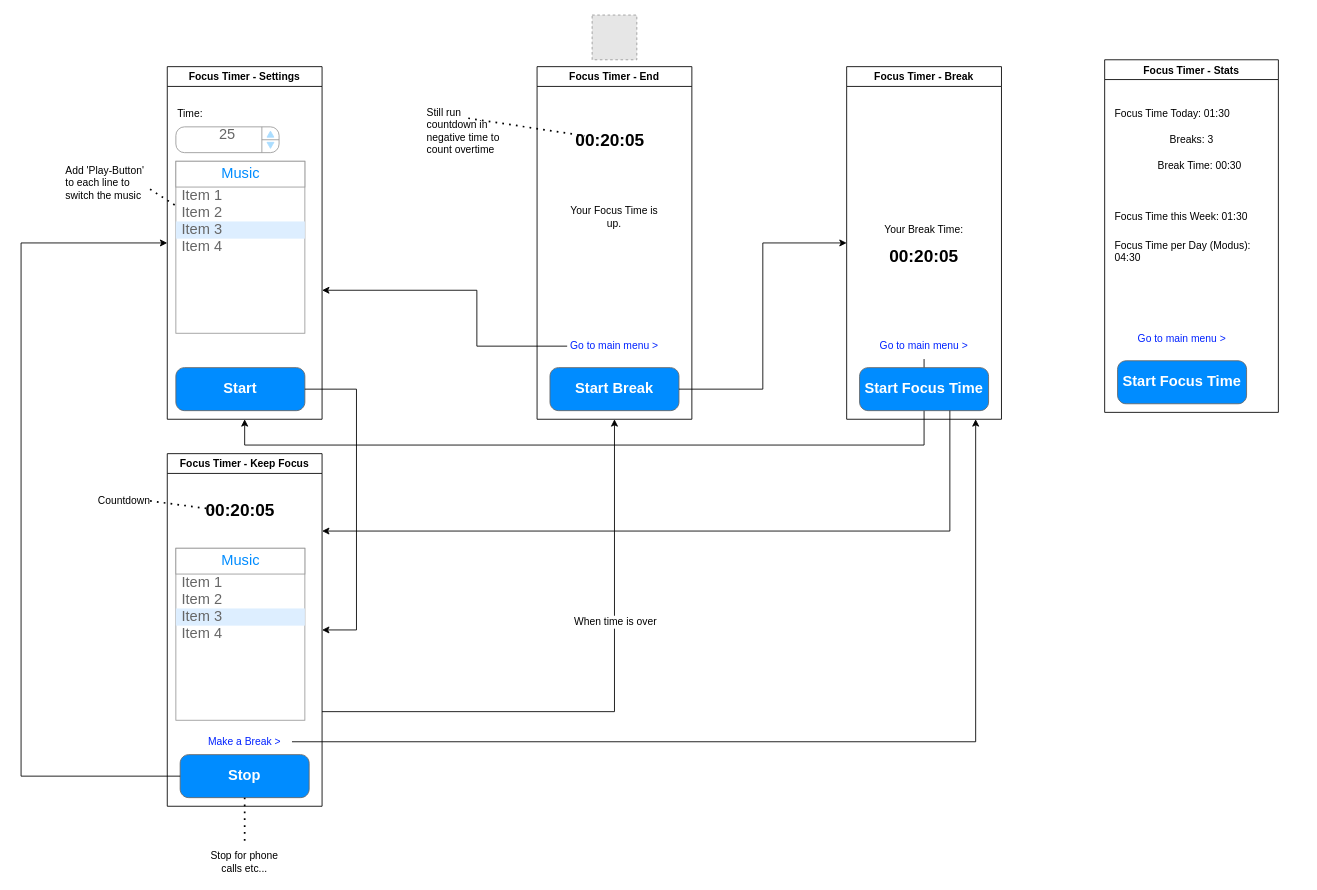
Earlier version of the draw.io diagram Documentation/mock.drawio (doesch/FocusTimer). Source tidied: cells renumbered, new cells numbered last; positions are measured from the earlier drawing's top-left corner, leaving out a move shared by most shapes. Both pictures are drawn from the tidied source at 86%, with x=0, y=0 at pixel (21, 15). Pictures stored in the file or linked from it are replaced by grey dashed boxes.
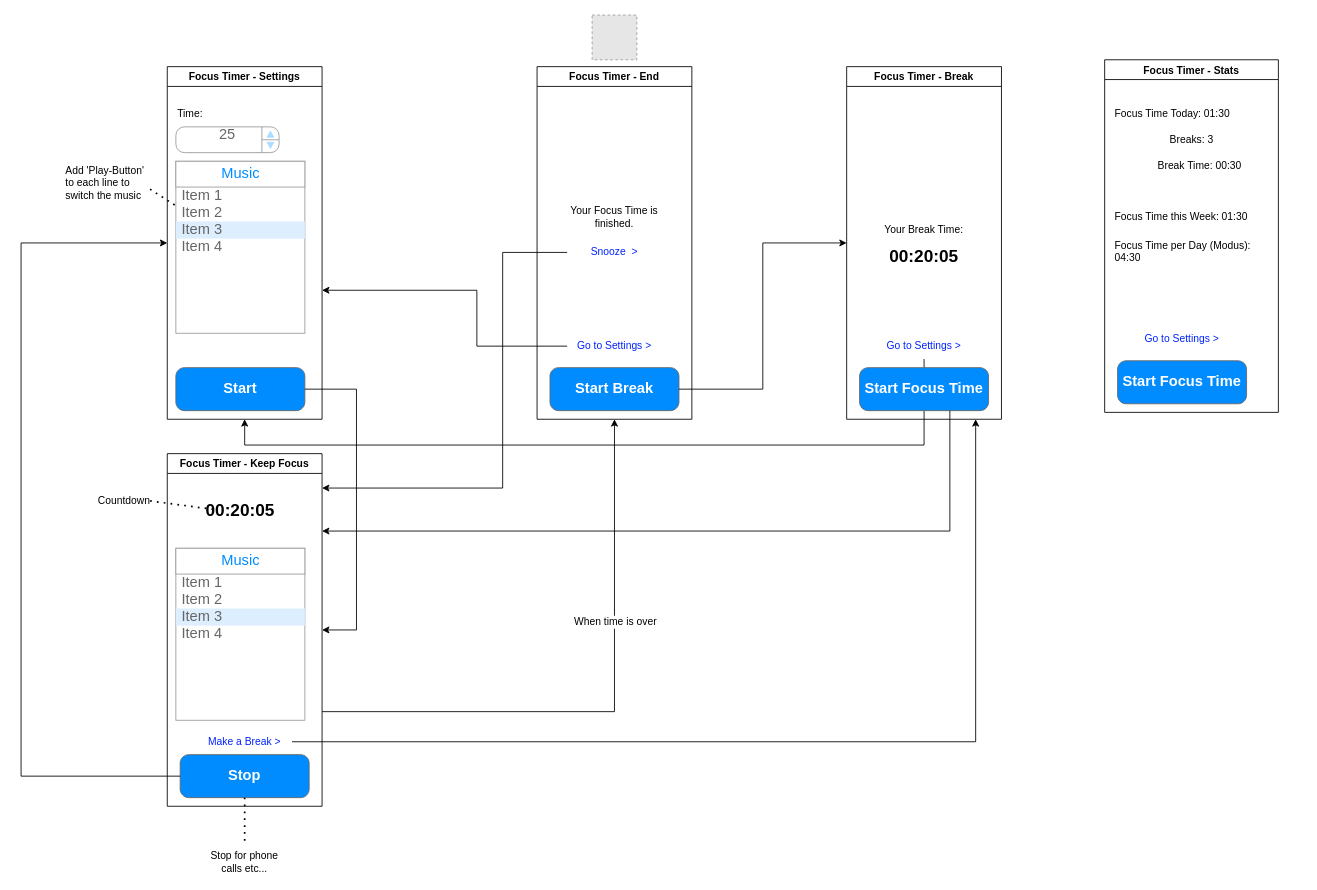
After the change.

The change refers to these unchanged cells:
```xml
<mxCell id="15" value="Focus Timer - Break" style="swimlane;" parent="1" vertex="1">
  <mxGeometry x="960" y="60" width="180" height="410" as="geometry" />
</mxCell>
<mxCell id="20" value="Focus Timer - Keep Focus" style="swimlane;" parent="1" vertex="1">
  <mxGeometry x="170" y="510" width="180" height="410" as="geometry" />
</mxCell>
<mxCell id="34" value="Focus Timer - End" style="swimlane;" parent="1" vertex="1">
  <mxGeometry x="600" y="60" width="180" height="410" as="geometry" />
</mxCell>
<mxCell id="49" value="Focus Timer - Stats" style="swimlane;" parent="1" vertex="1">
  <mxGeometry x="1260" y="52" width="202" height="410" as="geometry" />
</mxCell>
```

What changed in the source:
```diff
@@
-    <mxCell id="19" value="Go to main menu &amp;gt;" style="text;html=1;strokeColor=none;fillColor=none;align=center;verticalAlign=middle;whiteSpace=wrap;rounded=0;fontSize=12;fontStyle=0;fontColor=#0022FF;" parent="15" vertex="1">
+    <mxCell id="19" value="Go to Settings &amp;gt;" style="text;html=1;strokeColor=none;fillColor=none;align=center;verticalAlign=middle;whiteSpace=wrap;rounded=0;fontSize=12;fontStyle=0;fontColor=#0022FF;" parent="15" vertex="1">
       <mxGeometry x="35" y="310" width="110" height="30" as="geometry" />
     </mxCell>
@@
-    <mxCell id="35" value="Your Focus Time is up." style="text;html=1;strokeColor=none;fillColor=none;align=center;verticalAlign=middle;whiteSpace=wrap;rounded=0;" parent="34" vertex="1">
+    <mxCell id="35" value="Your Focus Time is finished." style="text;html=1;strokeColor=none;fillColor=none;align=center;verticalAlign=middle;whiteSpace=wrap;rounded=0;" parent="34" vertex="1">
       <mxGeometry x="35" y="160" width="110" height="30" as="geometry" />
     </mxCell>
@@
-    <mxCell id="37" value="Go to main menu &amp;gt;" style="text;html=1;strokeColor=none;fillColor=none;align=center;verticalAlign=middle;whiteSpace=wrap;rounded=0;fontSize=12;fontStyle=0;fontColor=#0022FF;" parent="34" vertex="1">
+    <mxCell id="37" value="Go to Settings &amp;gt;" style="text;html=1;strokeColor=none;fillColor=none;align=center;verticalAlign=middle;whiteSpace=wrap;rounded=0;fontSize=12;fontStyle=0;fontColor=#0022FF;" parent="34" vertex="1">
       <mxGeometry x="35" y="310" width="110" height="30" as="geometry" />
     </mxCell>
-    <mxCell id="38" value="00:20:05" style="text;html=1;strokeColor=none;fillColor=none;align=center;verticalAlign=middle;whiteSpace=wrap;rounded=0;fontStyle=1;fontSize=20;" parent="34" vertex="1">
-      <mxGeometry x="55" y="70" width="60" height="30" as="geometry" />
-    </mxCell>
-    <mxCell id="39" value="Still run countdown in negative time to count overtime" style="text;html=1;strokeColor=none;fillColor=none;align=left;verticalAlign=middle;whiteSpace=wrap;rounded=0;fontSize=12;" parent="1" vertex="1">
-      <mxGeometry x="470" y="120" width="100" height="30" as="geometry" />
-    </mxCell>
-    <mxCell id="40" style="endArrow=none;dashed=1;html=1;dashPattern=1 3;strokeWidth=2;rounded=0;fontSize=12;exitX=0.5;exitY=0;exitDx=0;exitDy=0;" parent="1" edge="1" source="39" target="38">
-      <mxGeometry relative="1" as="geometry" />
-    </mxCell>
+    <mxCell id="58" value="Snooze&amp;nbsp; &amp;gt;" style="text;html=1;strokeColor=none;fillColor=none;align=center;verticalAlign=middle;whiteSpace=wrap;rounded=0;fontSize=12;fontStyle=0;fontColor=#0022FF;" parent="34" vertex="1">
+      <mxGeometry x="35" y="201" width="110" height="30" as="geometry" />
+    </mxCell>
@@
-    <mxCell id="51" value="Go to main menu &amp;gt;" style="text;html=1;strokeColor=none;fillColor=none;align=center;verticalAlign=middle;whiteSpace=wrap;rounded=0;fontSize=12;fontStyle=0;fontColor=#0022FF;" parent="49" vertex="1">
+    <mxCell id="51" value="Go to Settings &amp;gt;" style="text;html=1;strokeColor=none;fillColor=none;align=center;verticalAlign=middle;whiteSpace=wrap;rounded=0;fontSize=12;fontStyle=0;fontColor=#0022FF;" parent="49" vertex="1">
       <mxGeometry x="35" y="310" width="110" height="30" as="geometry" />
     </mxCell>
@@
+    <mxCell id="59" style="endArrow=classic;html=1;rounded=0;edgeStyle=orthogonalEdgeStyle;" parent="1" edge="1" source="58" target="20">
+      <mxGeometry relative="1" as="geometry">
+        <Array as="points">
+          <mxPoint x="560" y="276" />
+          <mxPoint x="560" y="550" />
+        </Array>
+      </mxGeometry>
+    </mxCell>
```
